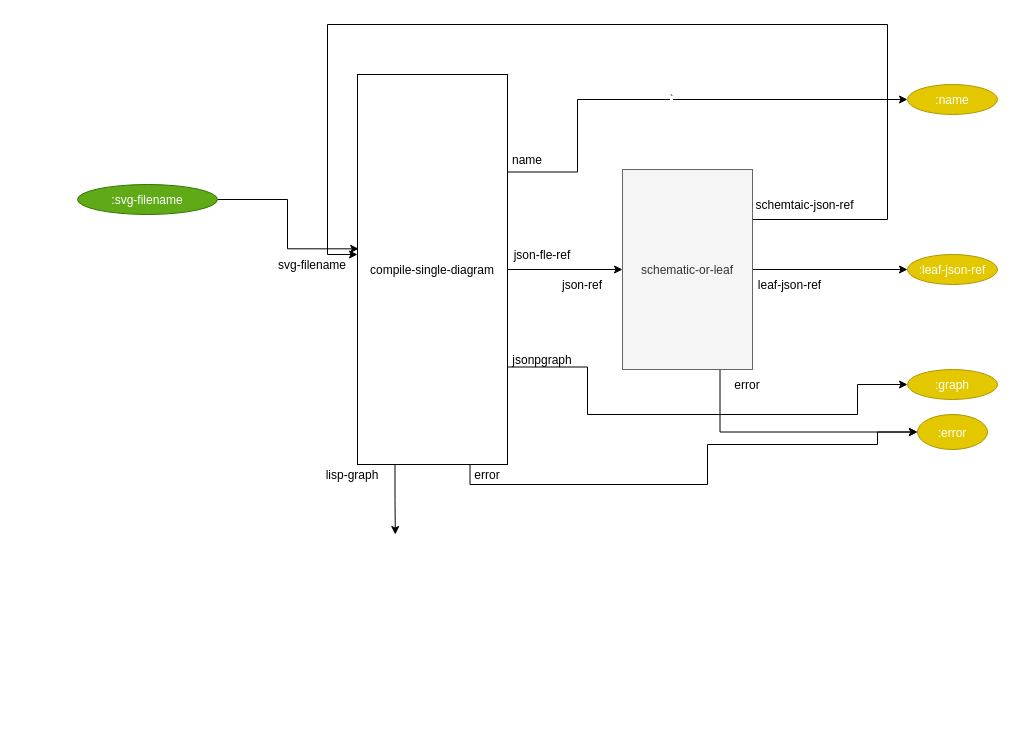
bmfbp/bmfbp keeps this draw.io diagram as page "2. build-recursive" (3 of 5) of build_process/cl-build/build.drawio. Above is the earlier version. Source tidied: cells renumbered, new cells numbered last; positions are measured from the earlier drawing's top-left corner, leaving out a move shared by most shapes. Both pictures are drawn from the tidied source at 100%, with x=0, y=0 at pixel (77, 24).
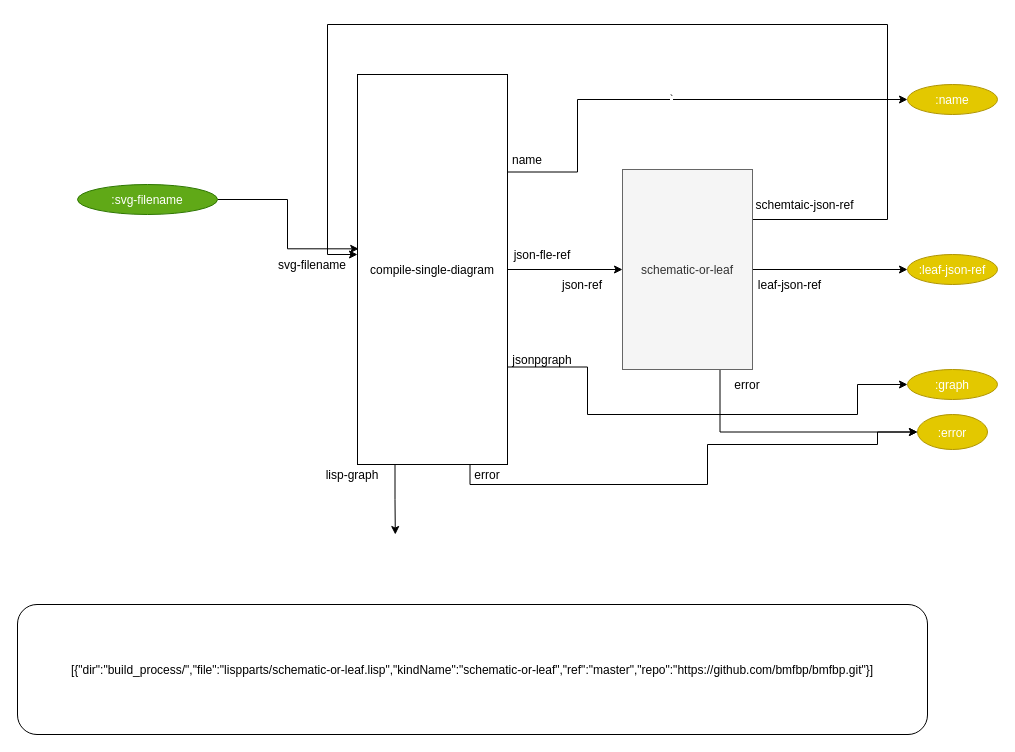
After the change.

Diff of the diagram source:
```diff
@@
+    <mxCell id="28" value="[{&quot;dir&quot;:&quot;build_process/&quot;,&quot;file&quot;:&quot;lispparts/schematic-or-leaf.lisp&quot;,&quot;kindName&quot;:&quot;schematic-or-leaf&quot;,&quot;ref&quot;:&quot;master&quot;,&quot;repo&quot;:&quot;https://github.com/bmfbp/bmfbp.git&quot;}]" style="rounded=1;" parent="1" vertex="1">
+      <mxGeometry x="-60" y="580" width="910" height="130" as="geometry" />
+    </mxCell>
```
